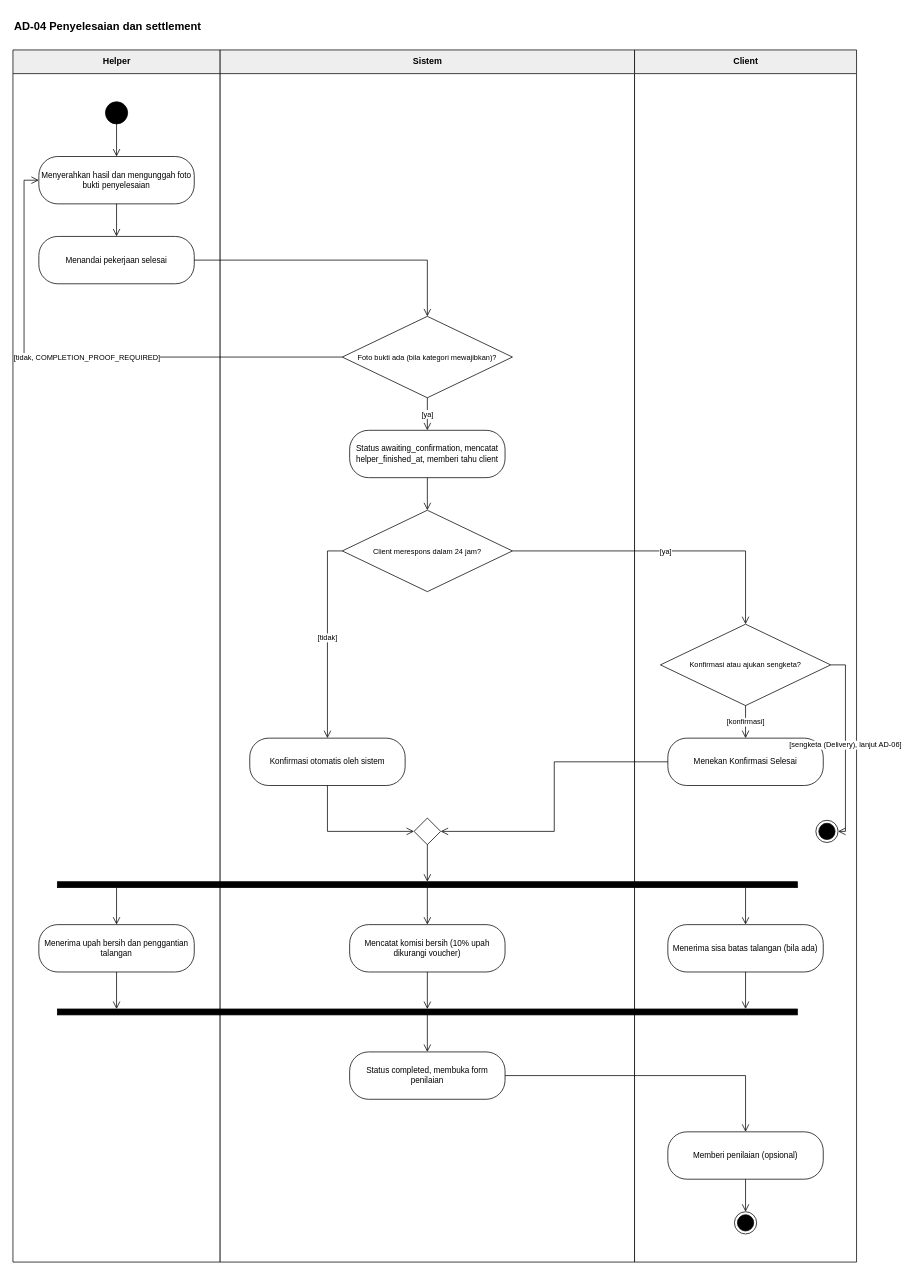
This is page "AD-04" (6 of 10) of assets/13/13_use-case-dan-activity-diagram.drawio from Davi-ARD/tolongindong-docs, a draw.io file, before an edit. Source tidied: cells renumbered, new cells numbered last; positions are measured from the earlier drawing's top-left corner, leaving out a move shared by most shapes. Both pictures are drawn from the tidied source at 74%, with x=0, y=0 at pixel (13, 13).
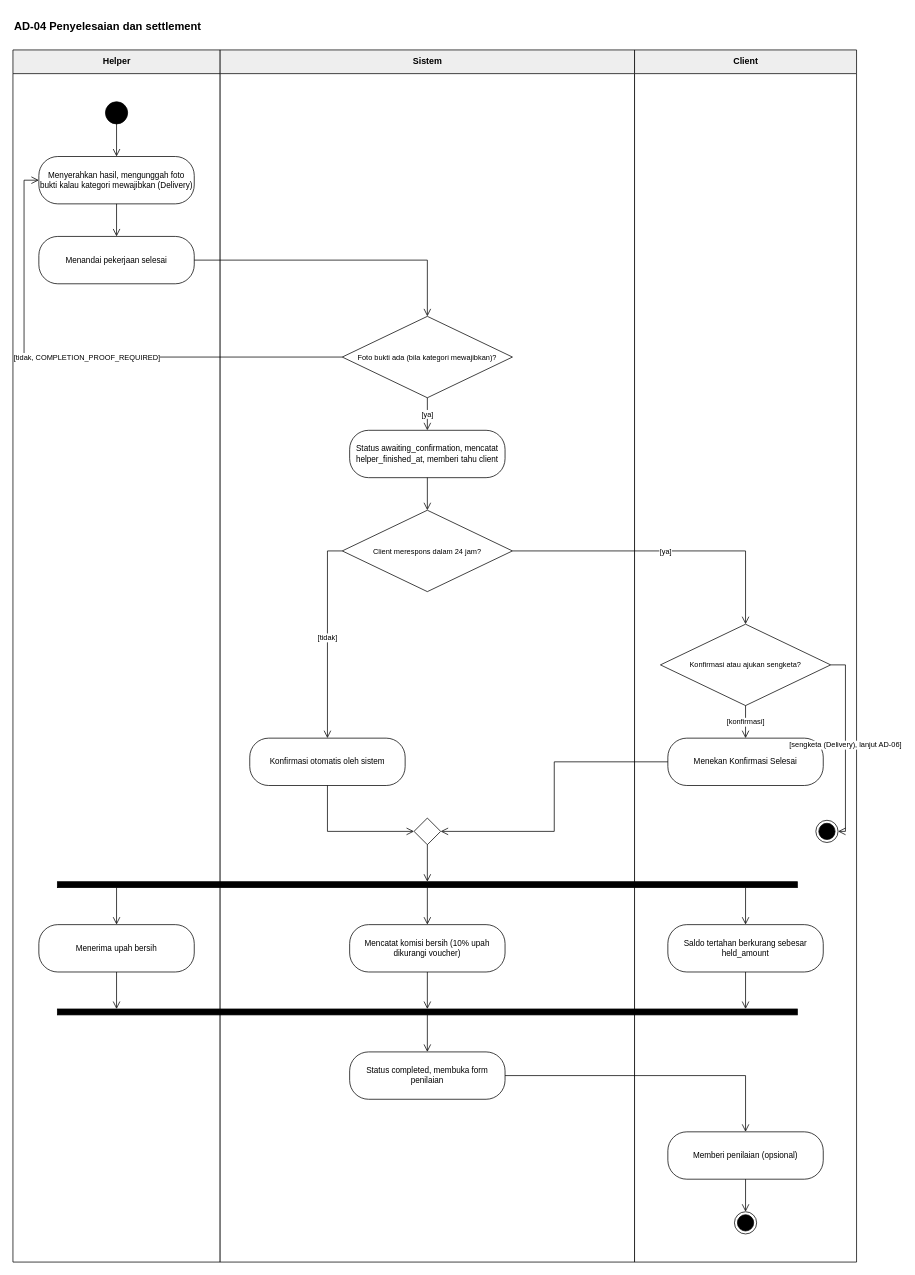
Above is the later version.

The edit, as a diff of the source:
```diff
@@
-    <mxCell id="7" value="Menyerahkan hasil dan mengunggah foto bukti penyelesaian" style="rounded=1;whiteSpace=wrap;html=1;arcSize=40;fillColor=#ffffff;strokeColor=#000000;fontSize=11;" parent="1" vertex="1">
+    <mxCell id="7" value="Menyerahkan hasil, mengunggah foto bukti kalau kategori mewajibkan (Delivery)" style="rounded=1;whiteSpace=wrap;html=1;arcSize=40;fillColor=#ffffff;strokeColor=#000000;fontSize=11;" parent="1" vertex="1">
       <mxGeometry x="35" y="194" width="210" height="64" as="geometry" />
     </mxCell>
@@
-    <mxCell id="18" value="Menerima upah bersih dan penggantian talangan" style="rounded=1;whiteSpace=wrap;html=1;arcSize=40;fillColor=#ffffff;strokeColor=#000000;fontSize=11;" parent="1" vertex="1">
+    <mxCell id="18" value="Menerima upah bersih" style="rounded=1;whiteSpace=wrap;html=1;arcSize=40;fillColor=#ffffff;strokeColor=#000000;fontSize=11;" parent="1" vertex="1">
       <mxGeometry x="35" y="1232" width="210" height="64" as="geometry" />
     </mxCell>
@@
-    <mxCell id="20" value="Menerima sisa batas talangan (bila ada)" style="rounded=1;whiteSpace=wrap;html=1;arcSize=40;fillColor=#ffffff;strokeColor=#000000;fontSize=11;" parent="1" vertex="1">
+    <mxCell id="20" value="Saldo tertahan berkurang sebesar held_amount" style="rounded=1;whiteSpace=wrap;html=1;arcSize=40;fillColor=#ffffff;strokeColor=#000000;fontSize=11;" parent="1" vertex="1">
       <mxGeometry x="885" y="1232" width="210" height="64" as="geometry" />
     </mxCell>
```
